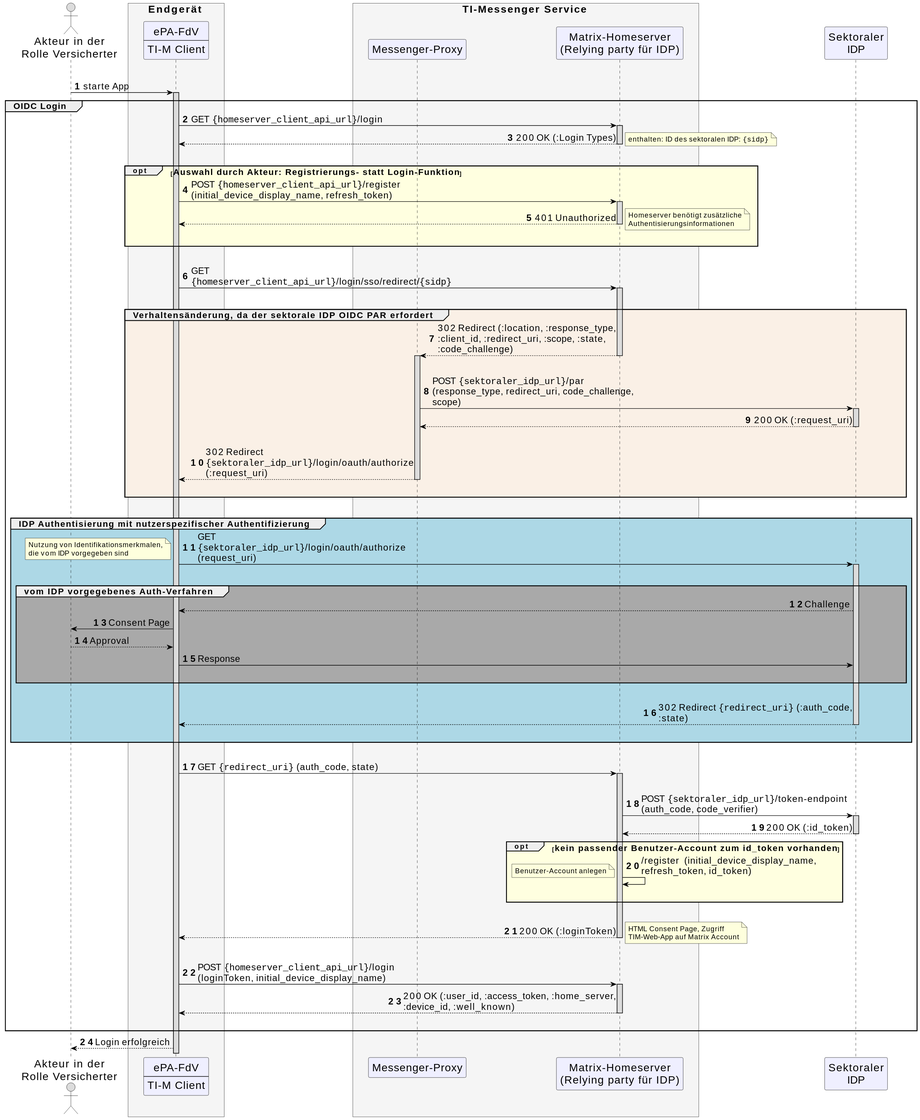
gematik/api-ti-messenger keeps this PlantUML diagram as images/diagrams/TI-M_ePA/TI-Messenger_OIDC_Login_simplified.svg. Above is the earlier version.
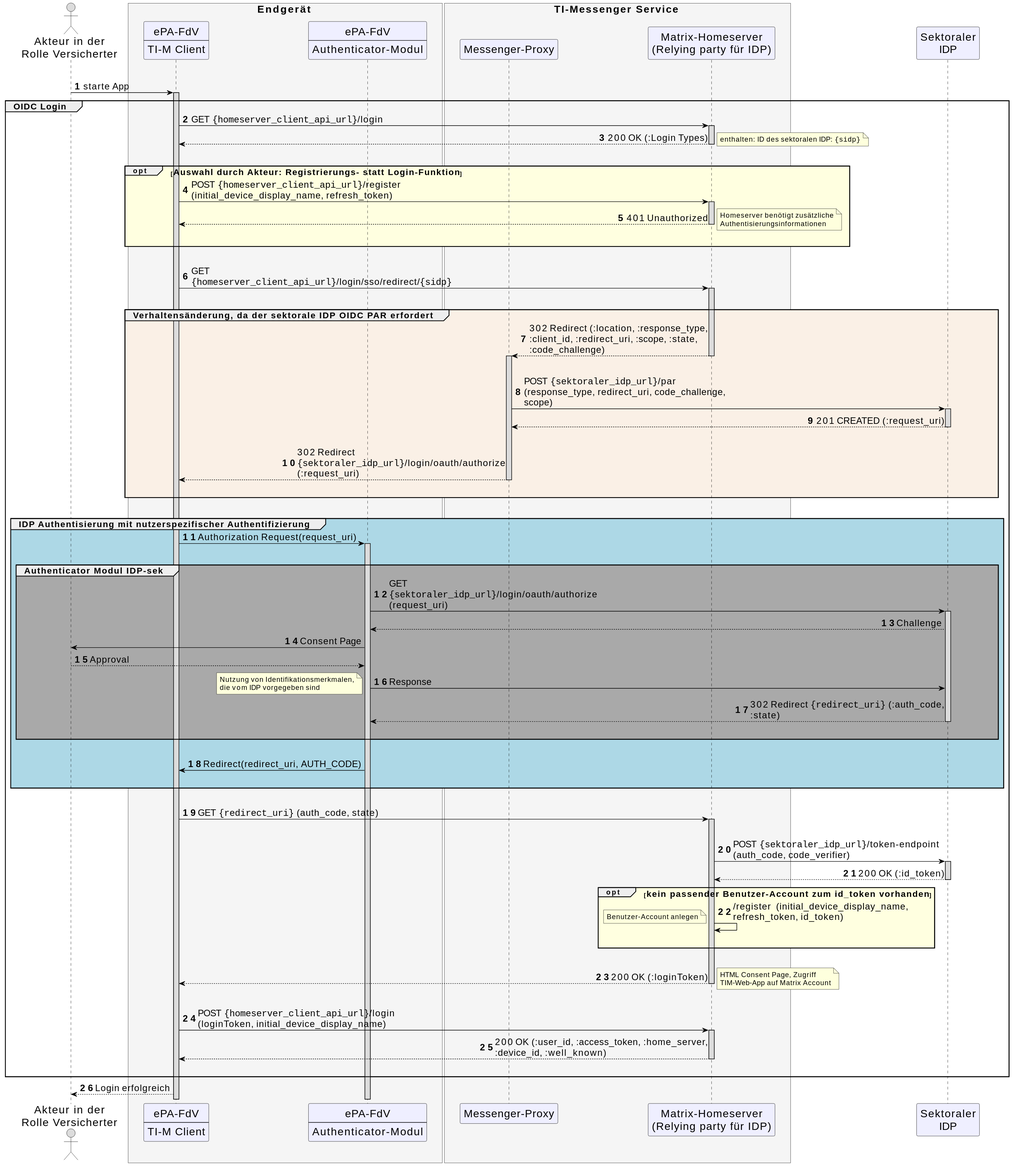
Above is the later version.

Commit message:
Commit from GitHub Actions (GeneratePlantumlImages)

Change to the diagram source:
```diff
@@ -35,6 +35,11 @@
       ----
       TI-M Client
     ]
+     participant auth [
+      ePA-FdV
+      ----
+      Authenticator-Modul
+    ]
 end box
 box <size:19>TI-Messenger Service</size> #WhiteSmoke
   participant pr as "Messenger-Proxy"
@@ -70,28 +75,31 @@
       |||
       pr -> idp ++: POST ""{sektoraler_idp_url}""/par (response_type, redirect_uri, code_challenge, scope)
 
-      idp --> pr --: 200 OK (:request_uri)
+      idp --> pr --: 201 CREATED (:request_uri)
       |||
       pr --> app --: 302 Redirect ""{sektoraler_idp_url}""/login/oauth/authorize (:request_uri)
       |||
     end
     |||
     group #LightBlue <size:16>IDP Authentisierung mit nutzerspezifischer Authentifizierung</size>
-      app -> idp ++: GET ""{sektoraler_idp_url}""/login/oauth/authorize (request_uri)
-      note left
-      Nutzung von Identifikationsmerkmalen,
-      die vom IDP vorgegeben sind
-      end note
+      app -> auth ++ : Authorization Request(request_uri)
+
       |||
-      group #DarkGray <size:16>vom IDP vorgegebenes Auth-Verfahren</size>
-        idp --> app: Challenge
-        app -> us: Consent Page
-        us --> app: Approval
-        app -> idp: Response
+      group #DarkGray <size:16>Authenticator Modul IDP-sek</size>
+        auth -> idp ++: GET ""{sektoraler_idp_url}""/login/oauth/authorize (request_uri)
+        idp --> auth: Challenge
+        auth -> us: Consent Page
+        us --> auth: Approval
+        auth -> idp: Response
+        note left
+        Nutzung von Identifikationsmerkmalen,
+        die vom IDP vorgegeben sind
+        end note
+        idp --> auth --: 302 Redirect ""{redirect_uri}"" (:auth_code, :state)
       |||
       end
       |||
-      idp --> app --: 302 Redirect ""{redirect_uri}"" (:auth_code, :state)
+      auth ->app: Redirect(redirect_uri, AUTH_CODE)
       |||
     end
     |||
```
